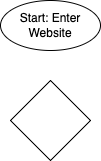
This is expand/diagramming/diagram.drawio.png from benscheerger/sp26-cse110-lab4, a draw.io export, as it was before one commit. Source tidied: cells renumbered, new cells last; positions are measured from the earlier drawing's top-left corner, leaving out a move shared by most shapes. Its diagram source:
```xml
<mxGraphModel>
  <root>
    <mxCell id="0" />
    <mxCell id="1" parent="0" />
    <mxCell id="2" value="&lt;span style=&quot;color: rgb(0, 0, 0);&quot;&gt;Start: Enter Website&lt;/span&gt;" style="ellipse;whiteSpace=wrap;html=1;" parent="1" vertex="1">
      <mxGeometry width="100" height="50" as="geometry" />
    </mxCell>
    <mxCell id="3" style="rhombus;whiteSpace=wrap;html=1;" parent="1" vertex="1">
      <mxGeometry x="10" y="80" width="80" height="80" as="geometry" />
    </mxCell>
  </root>
</mxGraphModel>
```
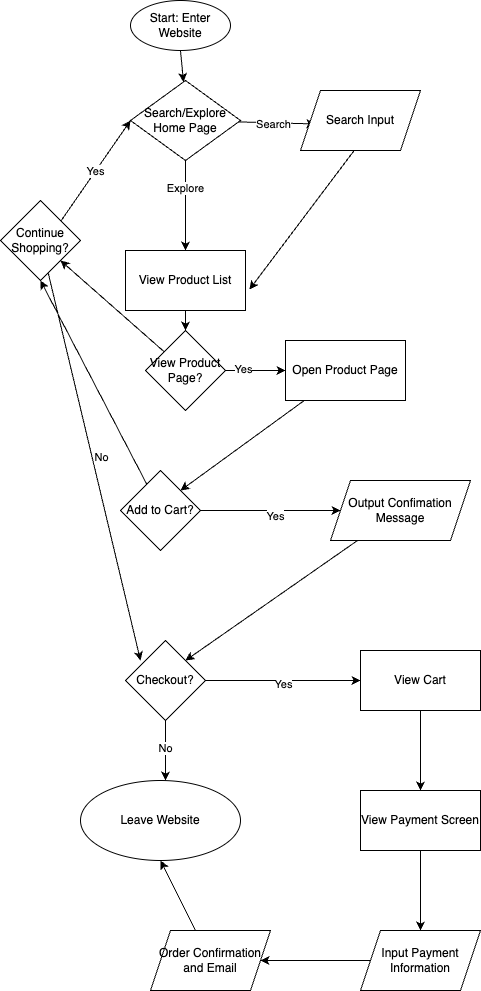
The same diagram one commit later.

Commit message:
finished diagram

Change to the diagram source:
```diff
@@ -2,11 +2,153 @@
   <root>
     <mxCell id="0" />
     <mxCell id="1" parent="0" />
+    <mxCell id="4" style="edgeStyle=none;html=1;" parent="1" edge="1" source="2" target="3">
+      <mxGeometry relative="1" as="geometry" />
+    </mxCell>
     <mxCell id="2" value="&lt;span style=&quot;color: rgb(0, 0, 0);&quot;&gt;Start: Enter Website&lt;/span&gt;" style="ellipse;whiteSpace=wrap;html=1;" parent="1" vertex="1">
-      <mxGeometry width="100" height="50" as="geometry" />
+      <mxGeometry x="-10" y="-10" width="100" height="50" as="geometry" />
     </mxCell>
+    <mxCell id="5" style="edgeStyle=none;html=1;" parent="1" edge="1" source="3">
+      <mxGeometry relative="1" as="geometry">
+        <mxPoint x="175" y="113.5" as="targetPoint" />
+      </mxGeometry>
+    </mxCell>
+    <mxCell id="6" value="Search" style="edgeLabel;html=1;align=center;verticalAlign=middle;" parent="5" vertex="1">
+      <mxGeometry x="-0.15" relative="1" as="geometry" />
+    </mxCell>
+    <mxCell id="7" style="edgeStyle=none;html=1;" parent="1" edge="1" source="3" target="10">
+      <mxGeometry relative="1" as="geometry" />
+    </mxCell>
+    <mxCell id="8" value="Explore" style="edgeLabel;html=1;align=center;verticalAlign=middle;" parent="7" vertex="1">
+      <mxGeometry x="-0.4" y="-2" relative="1" as="geometry" />
+    </mxCell>
-    <mxCell id="3" style="rhombus;whiteSpace=wrap;html=1;" parent="1" vertex="1">
-      <mxGeometry x="10" y="80" width="80" height="80" as="geometry" />
+    <mxCell id="3" value="Search/Explore Home Page" style="rhombus;whiteSpace=wrap;html=1;" parent="1" vertex="1">
+      <mxGeometry x="-10" y="70" width="110" height="80" as="geometry" />
     </mxCell>
+    <mxCell id="9" style="edgeStyle=none;html=1;" parent="1" edge="1" source="10" target="15">
+      <mxGeometry relative="1" as="geometry" />
+    </mxCell>
+    <mxCell id="10" value="View Product List" style="whiteSpace=wrap;html=1;" parent="1" vertex="1">
+      <mxGeometry x="-15" y="240" width="120" height="60" as="geometry" />
+    </mxCell>
+    <mxCell id="11" style="edgeStyle=none;html=1;entryX=1.033;entryY=0.65;entryDx=0;entryDy=0;entryPerimeter=0;" parent="1" edge="1" target="10">
+      <mxGeometry relative="1" as="geometry">
+        <mxPoint x="213.7" y="140" as="sourcePoint" />
+      </mxGeometry>
+    </mxCell>
+    <mxCell id="12" style="edgeStyle=none;html=1;" parent="1" edge="1" source="15" target="17">
+      <mxGeometry relative="1" as="geometry" />
+    </mxCell>
+    <mxCell id="13" value="Yes" style="edgeLabel;html=1;align=center;verticalAlign=middle;" parent="12" vertex="1">
+      <mxGeometry x="-0.43" y="3" relative="1" as="geometry" />
+    </mxCell>
+    <mxCell id="14" style="edgeStyle=none;html=1;entryX=1;entryY=1;entryDx=0;entryDy=0;" parent="1" edge="1" source="15" target="26">
+      <mxGeometry relative="1" as="geometry" />
+    </mxCell>
+    <mxCell id="15" value="View Product Page?" style="rhombus;whiteSpace=wrap;html=1;" parent="1" vertex="1">
+      <mxGeometry x="5" y="320" width="80" height="80" as="geometry" />
+    </mxCell>
+    <mxCell id="16" style="edgeStyle=none;html=1;" parent="1" edge="1" source="17">
+      <mxGeometry relative="1" as="geometry">
+        <mxPoint x="40" y="480" as="targetPoint" />
+        <Array as="points">
+          <mxPoint x="40" y="480" />
+        </Array>
+      </mxGeometry>
+    </mxCell>
+    <mxCell id="17" value="Open Product Page" style="whiteSpace=wrap;html=1;" parent="1" vertex="1">
+      <mxGeometry x="145" y="330" width="120" height="60" as="geometry" />
+    </mxCell>
+    <mxCell id="18" value="Yes" style="edgeStyle=none;html=1;entryX=0;entryY=0.5;entryDx=0;entryDy=0;" parent="1" edge="1" target="3">
+      <mxGeometry relative="1" as="geometry">
+        <mxPoint x="-79.2" y="210" as="sourcePoint" />
+      </mxGeometry>
+    </mxCell>
+    <mxCell id="19" style="edgeStyle=none;html=1;" parent="1" edge="1" source="22">
+      <mxGeometry relative="1" as="geometry">
+        <mxPoint x="200" y="500" as="targetPoint" />
+      </mxGeometry>
+    </mxCell>
+    <mxCell id="20" value="Yes" style="edgeLabel;html=1;align=center;verticalAlign=middle;" parent="19" vertex="1">
+      <mxGeometry x="0.03" y="-4" relative="1" as="geometry" />
+    </mxCell>
+    <mxCell id="21" style="edgeStyle=none;html=1;entryX=0.5;entryY=1;entryDx=0;entryDy=0;" parent="1" edge="1" source="22">
+      <mxGeometry relative="1" as="geometry">
+        <mxPoint x="-100" y="270" as="targetPoint" />
+      </mxGeometry>
+    </mxCell>
+    <mxCell id="22" value="Add to Cart?" style="rhombus;whiteSpace=wrap;html=1;" parent="1" vertex="1">
+      <mxGeometry x="-20" y="460" width="80" height="80" as="geometry" />
+    </mxCell>
+    <mxCell id="23" style="edgeStyle=none;html=1;entryX=1;entryY=0;entryDx=0;entryDy=0;" parent="1" edge="1" target="31">
+      <mxGeometry relative="1" as="geometry">
+        <mxPoint x="217" y="530" as="sourcePoint" />
+      </mxGeometry>
+    </mxCell>
+    <mxCell id="24" style="edgeStyle=none;html=1;" parent="1" edge="1" source="26">
+      <mxGeometry relative="1" as="geometry">
+        <mxPoint y="650" as="targetPoint" />
+      </mxGeometry>
+    </mxCell>
+    <mxCell id="25" value="No" style="edgeLabel;html=1;align=center;verticalAlign=middle;" parent="24" vertex="1">
+      <mxGeometry x="-0.05" y="8" relative="1" as="geometry" />
+    </mxCell>
+    <mxCell id="26" value="Continue Shopping?" style="rhombus;whiteSpace=wrap;html=1;" parent="1" vertex="1">
+      <mxGeometry x="-140" y="190" width="80" height="80" as="geometry" />
+    </mxCell>
+    <mxCell id="27" style="edgeStyle=none;html=1;" parent="1" edge="1" source="31">
+      <mxGeometry relative="1" as="geometry">
+        <mxPoint x="25" y="770" as="targetPoint" />
+      </mxGeometry>
+    </mxCell>
+    <mxCell id="28" value="No" style="edgeLabel;html=1;align=center;verticalAlign=middle;" parent="27" vertex="1">
+      <mxGeometry x="-0.07" y="-2" relative="1" as="geometry" />
+    </mxCell>
+    <mxCell id="29" style="edgeStyle=none;html=1;" parent="1" edge="1" source="31">
+      <mxGeometry relative="1" as="geometry">
+        <mxPoint x="220" y="670" as="targetPoint" />
+      </mxGeometry>
+    </mxCell>
+    <mxCell id="30" value="Yes" style="edgeLabel;html=1;align=center;verticalAlign=middle;" parent="29" vertex="1">
+      <mxGeometry x="-0.03" y="-2" relative="1" as="geometry" />
+    </mxCell>
+    <mxCell id="31" value="Checkout?" style="rhombus;whiteSpace=wrap;html=1;" parent="1" vertex="1">
+      <mxGeometry x="-15" y="630" width="80" height="80" as="geometry" />
+    </mxCell>
+    <mxCell id="32" value="Leave Website" style="ellipse;whiteSpace=wrap;html=1;" parent="1" vertex="1">
+      <mxGeometry x="-60" y="770" width="160" height="80" as="geometry" />
+    </mxCell>
+    <mxCell id="33" style="edgeStyle=none;html=1;" parent="1" edge="1" source="34" target="37">
+      <mxGeometry relative="1" as="geometry" />
+    </mxCell>
+    <mxCell id="34" value="View Cart" style="whiteSpace=wrap;html=1;" parent="1" vertex="1">
+      <mxGeometry x="220" y="640" width="120" height="60" as="geometry" />
+    </mxCell>
+    <mxCell id="35" value="Search Input" style="shape=parallelogram;perimeter=parallelogramPerimeter;whiteSpace=wrap;html=1;fixedSize=1;" parent="1" vertex="1">
+      <mxGeometry x="160" y="80" width="120" height="60" as="geometry" />
+    </mxCell>
+    <mxCell id="36" style="edgeStyle=none;html=1;" parent="1" edge="1" source="37" target="39">
+      <mxGeometry relative="1" as="geometry" />
+    </mxCell>
+    <mxCell id="37" value="View Payment Screen" style="whiteSpace=wrap;html=1;" parent="1" vertex="1">
+      <mxGeometry x="220" y="780" width="120" height="60" as="geometry" />
+    </mxCell>
+    <mxCell id="38" style="edgeStyle=none;html=1;" parent="1" edge="1" source="39">
+      <mxGeometry relative="1" as="geometry">
+        <mxPoint x="120" y="950" as="targetPoint" />
+      </mxGeometry>
+    </mxCell>
+    <mxCell id="39" value="Input Payment Information" style="shape=parallelogram;perimeter=parallelogramPerimeter;whiteSpace=wrap;html=1;fixedSize=1;" parent="1" vertex="1">
+      <mxGeometry x="220" y="920" width="120" height="60" as="geometry" />
+    </mxCell>
+    <mxCell id="40" value="&lt;span style=&quot;color: rgb(0, 0, 0);&quot;&gt;Output Confimation Message&lt;/span&gt;" style="shape=parallelogram;perimeter=parallelogramPerimeter;whiteSpace=wrap;html=1;fixedSize=1;" parent="1" vertex="1">
+      <mxGeometry x="190" y="470" width="140" height="60" as="geometry" />
+    </mxCell>
+    <mxCell id="41" style="edgeStyle=none;html=1;entryX=0.5;entryY=1;entryDx=0;entryDy=0;" parent="1" edge="1" source="42" target="32">
+      <mxGeometry relative="1" as="geometry" />
+    </mxCell>
+    <mxCell id="42" value="Order Confirmation and Email" style="shape=parallelogram;perimeter=parallelogramPerimeter;whiteSpace=wrap;html=1;fixedSize=1;" parent="1" vertex="1">
+      <mxGeometry x="10" y="920" width="120" height="60" as="geometry" />
+    </mxCell>
   </root>
 </mxGraphModel>
```
